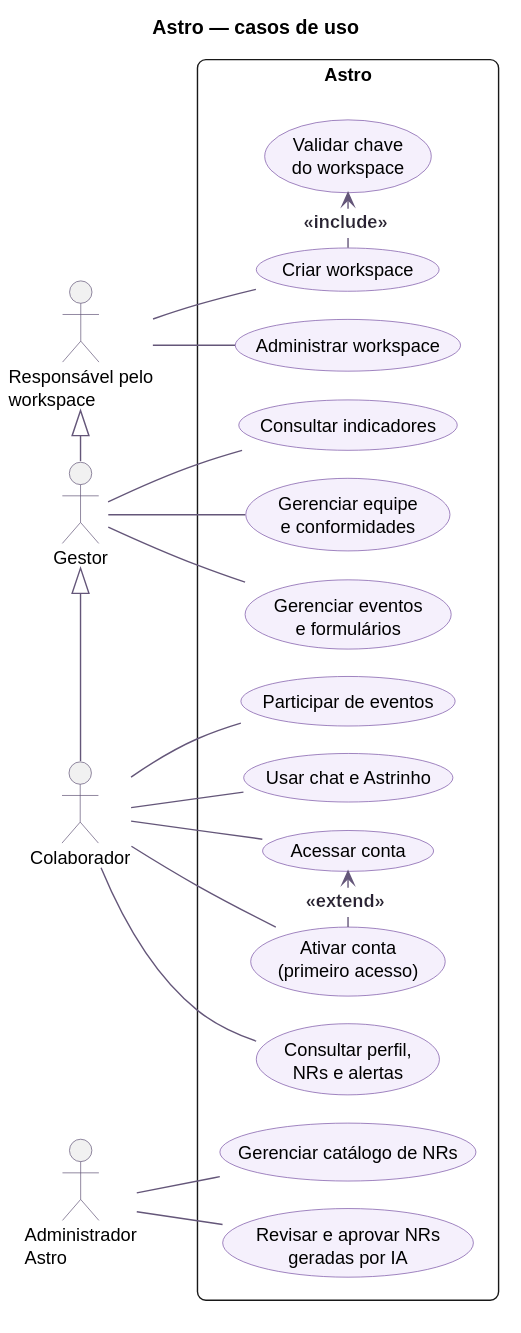
Above: diagrams/rendered/casos_de_uso.svg in Astro-Inter/astro-eqs-diagrams (PlantUML), before the change.
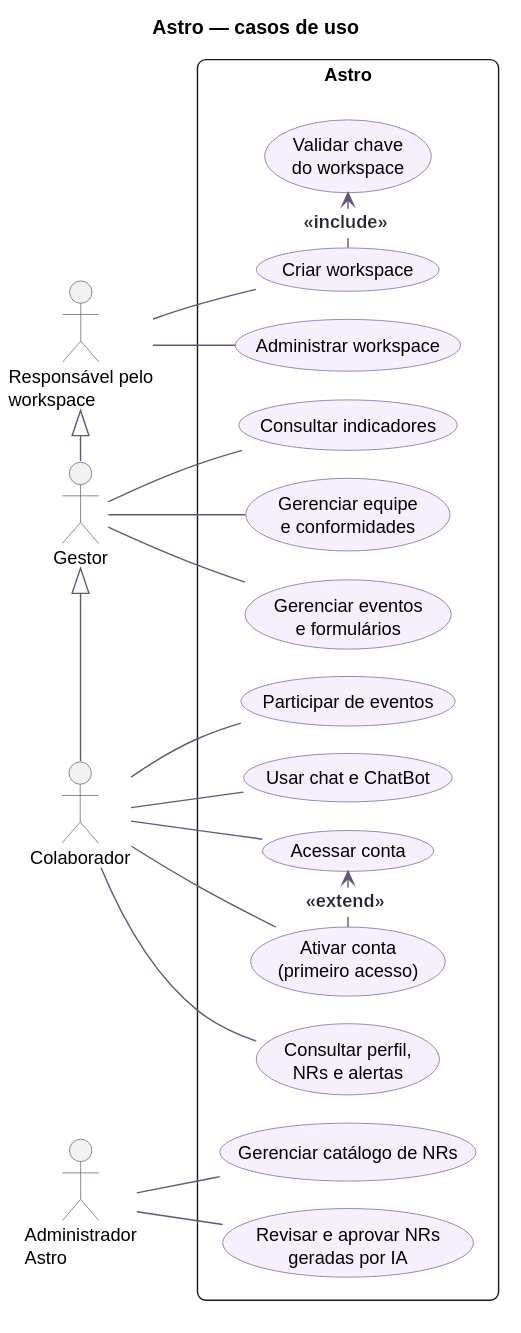
After the change.

Commit message:
docs(SCRUM-558): usar nome chatbot nos diagramas

The edit, as a diff of the source:
```diff
@@ -23,7 +23,7 @@
   usecase "Ativar conta\n(primeiro acesso)" as ativar
   usecase "Consultar perfil,\nNRs e alertas" as perfil
   usecase "Participar de eventos" as participar
-  usecase "Usar chat e Astrinho" as conversar
+  usecase "Usar chat e ChatBot" as conversar
   usecase "Gerenciar equipe\ne conformidades" as equipe
   usecase "Gerenciar eventos\ne formulários" as operacao
   usecase "Consultar indicadores" as indicadores
```
